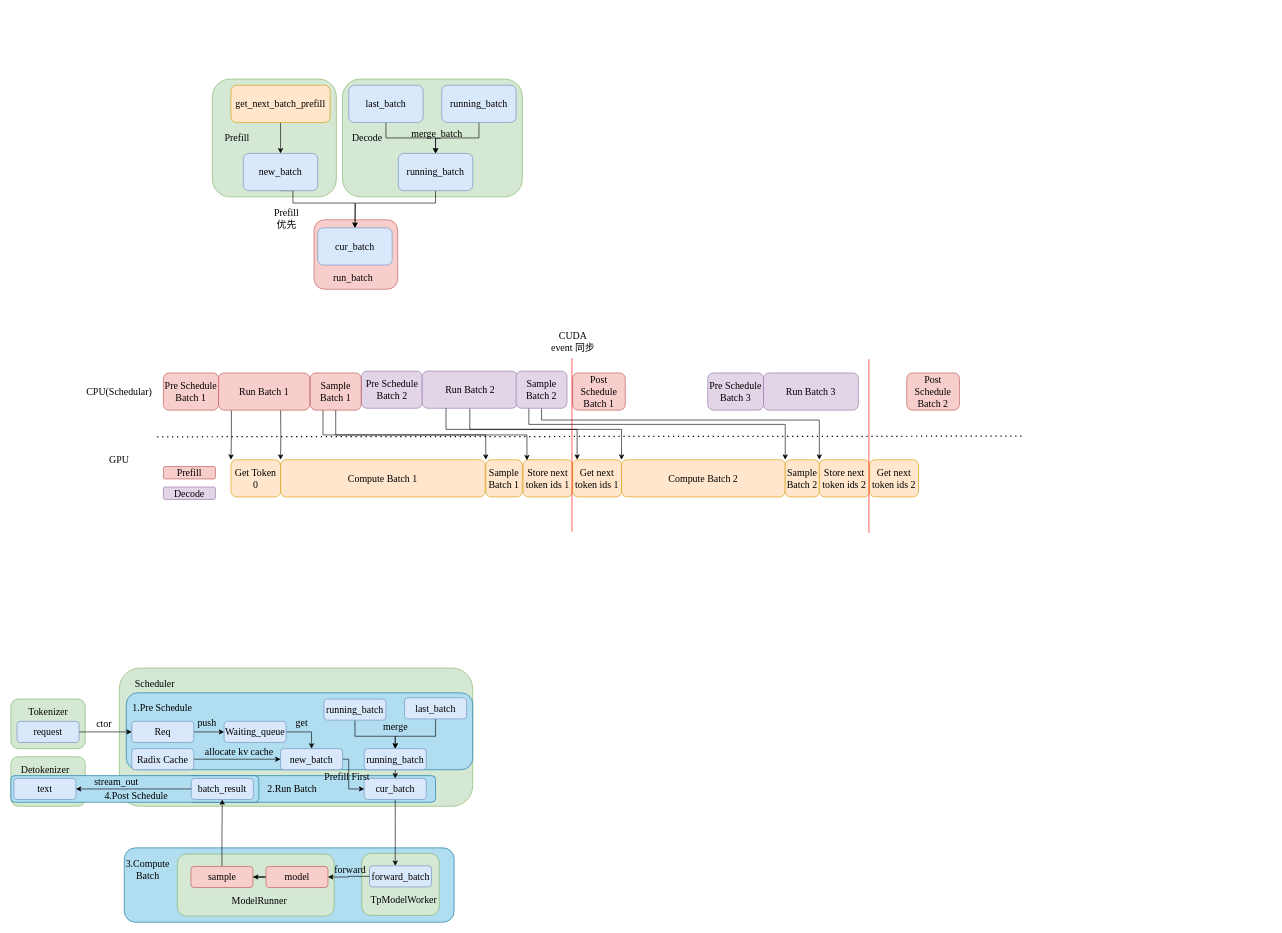
Before: docs/notes/sglang/sglang.drawio in tom-jerr/tom-jerr.github.io, a draw.io diagram. Source tidied: cells renumbered, new cells numbered last; positions are measured from the earlier drawing's top-left corner, leaving out a move shared by most shapes. Both pictures are drawn from the tidied source at 62%, with x=0, y=0 at pixel (11, 79).
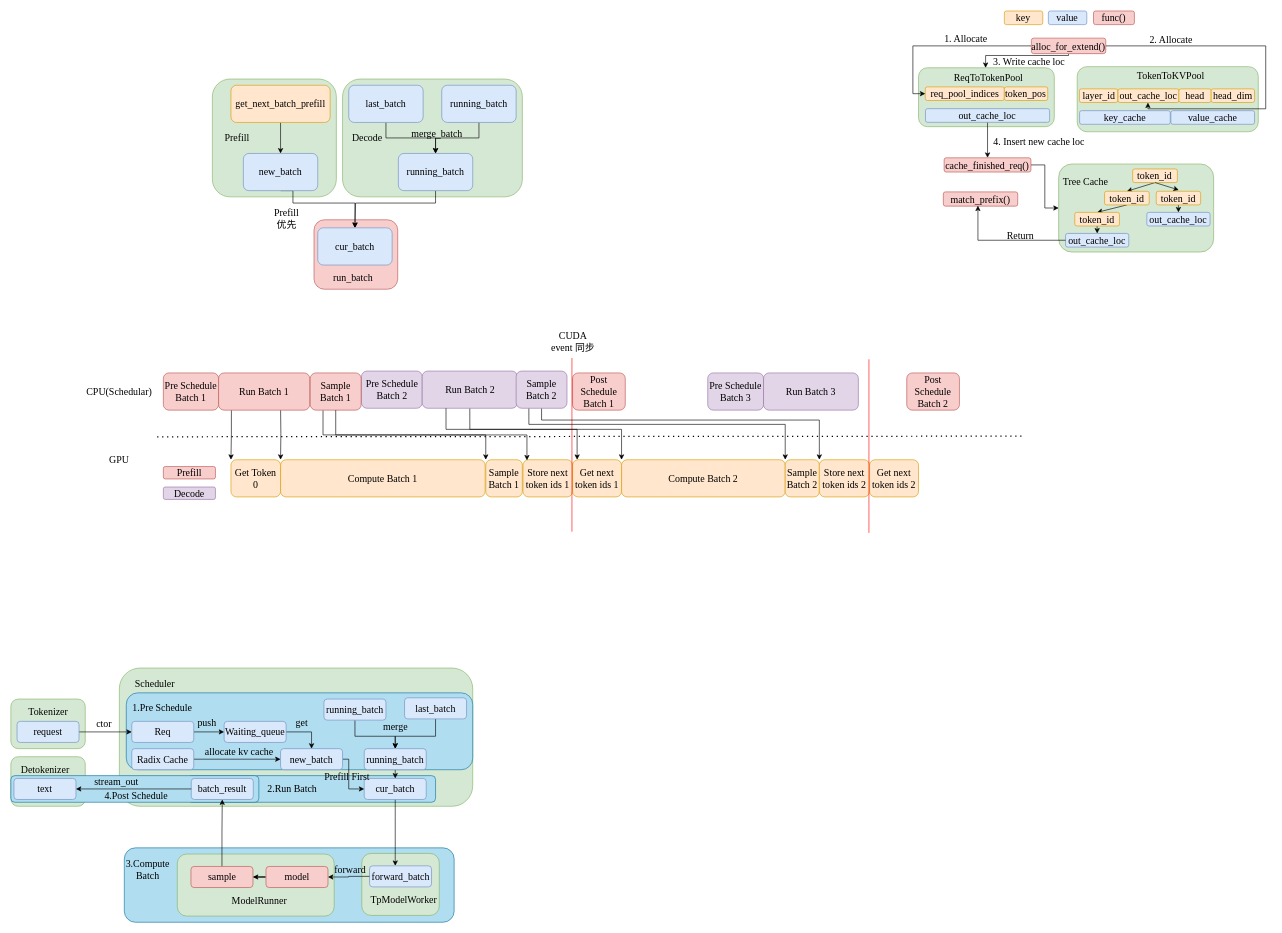
Above is the later version.

Change to the diagram source:
```diff
@@
+    <mxCell id="109" style="rounded=1;whiteSpace=wrap;html=1;fontFamily=Times New Roman;fontSize=16;fillColor=#d5e8d4;strokeColor=#82b366;" parent="1" vertex="1">
+      <mxGeometry x="1719.9" y="-20" width="292.1" height="105" as="geometry" />
+    </mxCell>
+    <mxCell id="110" value="layer_id" style="rounded=1;whiteSpace=wrap;html=1;fillColor=#ffe6cc;strokeColor=#d79b00;fontFamily=Times New Roman;fontSize=16;" parent="1" vertex="1">
+      <mxGeometry x="1723.5" y="15.8" width="62" height="22" as="geometry" />
+    </mxCell>
+    <mxCell id="111" value="TokenToKVPool" style="text;html=1;align=center;verticalAlign=middle;whiteSpace=wrap;rounded=0;fontFamily=Times New Roman;fontSize=16;" parent="1" vertex="1">
+      <mxGeometry x="1841" y="-20" width="60" height="30" as="geometry" />
+    </mxCell>
+    <mxCell id="112" style="edgeStyle=orthogonalEdgeStyle;rounded=0;orthogonalLoop=1;jettySize=auto;html=1;exitX=0.5;exitY=1;exitDx=0;exitDy=0;fontFamily=Times New Roman;fontSize=16;" parent="1" edge="1">
+      <mxGeometry relative="1" as="geometry">
+        <mxPoint x="1771" y="10" as="sourcePoint" />
+        <mxPoint x="1771" y="10" as="targetPoint" />
+      </mxGeometry>
+    </mxCell>
+    <mxCell id="113" value="out_cache_loc" style="rounded=1;whiteSpace=wrap;html=1;fillColor=#ffe6cc;strokeColor=#d79b00;fontFamily=Times New Roman;fontSize=16;" parent="1" vertex="1">
+      <mxGeometry x="1785.8" y="15.8" width="98.2" height="22" as="geometry" />
+    </mxCell>
+    <mxCell id="114" value="head" style="rounded=1;whiteSpace=wrap;html=1;fillColor=#ffe6cc;strokeColor=#d79b00;fontFamily=Times New Roman;fontSize=16;" parent="1" vertex="1">
+      <mxGeometry x="1884" y="15.8" width="52" height="22" as="geometry" />
+    </mxCell>
+    <mxCell id="115" value="head_dim" style="rounded=1;whiteSpace=wrap;html=1;fillColor=#ffe6cc;strokeColor=#d79b00;fontFamily=Times New Roman;fontSize=16;" parent="1" vertex="1">
+      <mxGeometry x="1936" y="15.8" width="70" height="22" as="geometry" />
+    </mxCell>
+    <mxCell id="116" value="key_cache" style="rounded=1;whiteSpace=wrap;html=1;fillColor=#dae8fc;strokeColor=#6c8ebf;fontFamily=Times New Roman;fontSize=16;" parent="1" vertex="1">
+      <mxGeometry x="1723.8" y="51" width="146.2" height="22" as="geometry" />
+    </mxCell>
+    <mxCell id="117" value="value_cache" style="rounded=1;whiteSpace=wrap;html=1;fillColor=#dae8fc;strokeColor=#6c8ebf;fontFamily=Times New Roman;fontSize=16;" parent="1" vertex="1">
+      <mxGeometry x="1871" y="51" width="135" height="22" as="geometry" />
+    </mxCell>
+    <mxCell id="118" style="rounded=1;whiteSpace=wrap;html=1;fontFamily=Times New Roman;fontSize=16;fillColor=#d5e8d4;strokeColor=#82b366;" parent="1" vertex="1">
+      <mxGeometry x="1464" y="-18.2" width="219" height="95" as="geometry" />
+    </mxCell>
+    <mxCell id="119" value="req_pool_indices" style="rounded=1;whiteSpace=wrap;html=1;fillColor=#ffe6cc;strokeColor=#d79b00;fontFamily=Times New Roman;fontSize=16;" parent="1" vertex="1">
+      <mxGeometry x="1474.9" y="12.6" width="127.5" height="22" as="geometry" />
+    </mxCell>
+    <mxCell id="120" value="ReqToTokenPool" style="text;html=1;align=center;verticalAlign=middle;whiteSpace=wrap;rounded=0;fontFamily=Times New Roman;fontSize=16;" parent="1" vertex="1">
+      <mxGeometry x="1547" y="-17.4" width="60" height="30" as="geometry" />
+    </mxCell>
+    <mxCell id="121" style="edgeStyle=orthogonalEdgeStyle;rounded=0;orthogonalLoop=1;jettySize=auto;html=1;exitX=0.5;exitY=1;exitDx=0;exitDy=0;fontFamily=Times New Roman;fontSize=16;" parent="1" edge="1">
+      <mxGeometry relative="1" as="geometry">
+        <mxPoint x="1522.4" y="6.8" as="sourcePoint" />
+        <mxPoint x="1522.4" y="6.8" as="targetPoint" />
+      </mxGeometry>
+    </mxCell>
+    <mxCell id="122" value="token_pos" style="rounded=1;whiteSpace=wrap;html=1;fillColor=#ffe6cc;strokeColor=#d79b00;fontFamily=Times New Roman;fontSize=16;" parent="1" vertex="1">
+      <mxGeometry x="1602.4" y="12.6" width="70" height="22" as="geometry" />
+    </mxCell>
+    <mxCell id="123" style="edgeStyle=orthogonalEdgeStyle;rounded=0;jettySize=auto;html=1;exitX=0.5;exitY=1;exitDx=0;exitDy=0;fontFamily=Times New Roman;fontSize=16;" parent="1" edge="1" source="124" target="149">
+      <mxGeometry relative="1" as="geometry" />
+    </mxCell>
+    <mxCell id="124" value="out_cache_loc" style="rounded=1;whiteSpace=wrap;html=1;fillColor=#dae8fc;strokeColor=#6c8ebf;fontFamily=Times New Roman;fontSize=16;" parent="1" vertex="1">
+      <mxGeometry x="1475.2" y="47.8" width="200.2" height="22" as="geometry" />
+    </mxCell>
+    <mxCell id="125" style="rounded=1;whiteSpace=wrap;html=1;fontFamily=Times New Roman;fontSize=16;fillColor=#d5e8d4;strokeColor=#82b366;" parent="1" vertex="1">
+      <mxGeometry x="1690" y="137" width="250" height="142" as="geometry" />
+    </mxCell>
+    <mxCell id="126" value="Tree Cache" style="text;html=1;align=center;verticalAlign=middle;whiteSpace=wrap;rounded=0;fontFamily=Times New Roman;fontSize=16;" parent="1" vertex="1">
+      <mxGeometry x="1696" y="151" width="75" height="30" as="geometry" />
+    </mxCell>
+    <mxCell id="127" style="rounded=0;jettySize=auto;html=1;exitX=0.5;exitY=1;exitDx=0;exitDy=0;entryX=0.5;entryY=0;entryDx=0;entryDy=0;fontFamily=Times New Roman;fontSize=16;" parent="1" edge="1" source="128" target="130">
+      <mxGeometry relative="1" as="geometry" />
+    </mxCell>
+    <mxCell id="128" value="token_id" style="rounded=1;whiteSpace=wrap;html=1;fillColor=#ffe6cc;strokeColor=#d79b00;fontFamily=Times New Roman;fontSize=16;" parent="1" vertex="1">
+      <mxGeometry x="1809.4" y="145" width="72.1" height="22" as="geometry" />
+    </mxCell>
+    <mxCell id="129" style="rounded=0;jettySize=auto;html=1;exitX=0.5;exitY=1;exitDx=0;exitDy=0;entryX=0.5;entryY=0;entryDx=0;entryDy=0;fontFamily=Times New Roman;fontSize=16;" parent="1" edge="1" source="130" target="134">
+      <mxGeometry relative="1" as="geometry" />
+    </mxCell>
+    <mxCell id="130" value="token_id" style="rounded=1;whiteSpace=wrap;html=1;fillColor=#ffe6cc;strokeColor=#d79b00;fontFamily=Times New Roman;fontSize=16;" parent="1" vertex="1">
+      <mxGeometry x="1764" y="181" width="72.1" height="22" as="geometry" />
+    </mxCell>
+    <mxCell id="131" style="edgeStyle=orthogonalEdgeStyle;rounded=0;jettySize=auto;html=1;exitX=0.5;exitY=1;exitDx=0;exitDy=0;entryX=0.5;entryY=0;entryDx=0;entryDy=0;fontFamily=Times New Roman;fontSize=16;" parent="1" edge="1" source="132" target="137">
+      <mxGeometry relative="1" as="geometry" />
+    </mxCell>
+    <mxCell id="132" value="token_id" style="rounded=1;whiteSpace=wrap;html=1;fillColor=#ffe6cc;strokeColor=#d79b00;fontFamily=Times New Roman;fontSize=16;" parent="1" vertex="1">
+      <mxGeometry x="1847.4" y="181" width="71.6" height="22" as="geometry" />
+    </mxCell>
+    <mxCell id="133" style="rounded=0;jettySize=auto;html=1;exitX=0.5;exitY=1;exitDx=0;exitDy=0;entryX=0;entryY=0;entryDx=0;entryDy=0;fontFamily=Times New Roman;fontSize=16;" parent="1" edge="1" source="134">
+      <mxGeometry relative="1" as="geometry">
+        <mxPoint x="1752.2" y="249" as="targetPoint" />
+      </mxGeometry>
+    </mxCell>
+    <mxCell id="134" value="token_id" style="rounded=1;whiteSpace=wrap;html=1;fillColor=#ffe6cc;strokeColor=#d79b00;fontFamily=Times New Roman;fontSize=16;" parent="1" vertex="1">
+      <mxGeometry x="1716" y="215" width="72.1" height="22" as="geometry" />
+    </mxCell>
+    <mxCell id="135" value="out_cache_loc" style="rounded=1;whiteSpace=wrap;html=1;fillColor=#dae8fc;strokeColor=#6c8ebf;fontFamily=Times New Roman;fontSize=16;" parent="1" vertex="1">
+      <mxGeometry x="1701.1" y="249" width="102" height="22" as="geometry" />
+    </mxCell>
+    <mxCell id="136" style="rounded=0;jettySize=auto;html=1;exitX=0.5;exitY=1;exitDx=0;exitDy=0;entryX=0.508;entryY=-0.095;entryDx=0;entryDy=0;entryPerimeter=0;fontFamily=Times New Roman;fontSize=16;" parent="1" edge="1" source="128" target="132">
+      <mxGeometry relative="1" as="geometry" />
+    </mxCell>
+    <mxCell id="137" value="out_cache_loc" style="rounded=1;whiteSpace=wrap;html=1;fillColor=#dae8fc;strokeColor=#6c8ebf;fontFamily=Times New Roman;fontSize=16;" parent="1" vertex="1">
+      <mxGeometry x="1832.2" y="215" width="102" height="22" as="geometry" />
+    </mxCell>
+    <mxCell id="138" value="&lt;span style=&quot;font-size: 16px;&quot;&gt;match_prefix()&lt;/span&gt;" style="rounded=1;whiteSpace=wrap;html=1;fillColor=#f8cecc;strokeColor=#b85450;fontFamily=Times New Roman;fontSize=16;" parent="1" vertex="1">
+      <mxGeometry x="1504" y="182" width="120" height="23" as="geometry" />
+    </mxCell>
+    <mxCell id="139" style="edgeStyle=orthogonalEdgeStyle;rounded=0;jettySize=auto;html=1;exitX=0;exitY=0.5;exitDx=0;exitDy=0;entryX=0.465;entryY=0.966;entryDx=0;entryDy=0;entryPerimeter=0;fontFamily=Times New Roman;fontSize=16;" parent="1" edge="1" source="135" target="138">
+      <mxGeometry relative="1" as="geometry" />
+    </mxCell>
+    <mxCell id="140" value="Return" style="text;html=1;align=center;verticalAlign=middle;strokeColor=none;fillColor=none;fontFamily=Times New Roman;fontSize=16;" parent="1" vertex="1">
+      <mxGeometry x="1597" y="237" width="62" height="31" as="geometry" />
+    </mxCell>
+    <mxCell id="141" style="edgeStyle=orthogonalEdgeStyle;rounded=0;jettySize=auto;html=1;exitX=0;exitY=0.5;exitDx=0;exitDy=0;entryX=0;entryY=0.5;entryDx=0;entryDy=0;fontFamily=Times New Roman;fontSize=16;" parent="1" edge="1" source="144" target="119">
+      <mxGeometry relative="1" as="geometry" />
+    </mxCell>
+    <mxCell id="142" style="edgeStyle=orthogonalEdgeStyle;rounded=0;jettySize=auto;html=1;exitX=1;exitY=0.5;exitDx=0;exitDy=0;fontFamily=Times New Roman;fontSize=16;" parent="1" edge="1" source="144">
+      <mxGeometry relative="1" as="geometry">
+        <mxPoint x="1834" y="38" as="targetPoint" />
+        <Array as="points">
+          <mxPoint x="2024" y="-53" />
+          <mxPoint x="2024" y="48" />
+          <mxPoint x="1834" y="48" />
+        </Array>
+      </mxGeometry>
+    </mxCell>
+    <mxCell id="143" style="edgeStyle=orthogonalEdgeStyle;rounded=0;jettySize=auto;html=1;exitX=0.5;exitY=1;exitDx=0;exitDy=0;entryX=0.494;entryY=0.001;entryDx=0;entryDy=0;entryPerimeter=0;fontFamily=Times New Roman;fontSize=16;" parent="1" edge="1" source="144" target="118">
+      <mxGeometry relative="1" as="geometry">
+        <Array as="points">
+          <mxPoint x="1706" y="-38" />
+          <mxPoint x="1572" y="-38" />
+        </Array>
+      </mxGeometry>
+    </mxCell>
+    <mxCell id="144" value="&lt;span style=&quot;font-size: 16px;&quot;&gt;alloc_for_extend()&lt;/span&gt;" style="rounded=1;whiteSpace=wrap;html=1;fillColor=#f8cecc;strokeColor=#b85450;fontFamily=Times New Roman;fontSize=16;" parent="1" vertex="1">
+      <mxGeometry x="1646" y="-66" width="120" height="25" as="geometry" />
+    </mxCell>
+    <mxCell id="145" value="1. Allocate" style="text;html=1;align=center;verticalAlign=middle;strokeColor=none;fillColor=none;fontFamily=Times New Roman;fontSize=16;" parent="1" vertex="1">
+      <mxGeometry x="1496" y="-82" width="87" height="31" as="geometry" />
+    </mxCell>
+    <mxCell id="146" value="2. Allocate" style="text;html=1;align=center;verticalAlign=middle;strokeColor=none;fillColor=none;fontFamily=Times New Roman;fontSize=16;" parent="1" vertex="1">
+      <mxGeometry x="1827" y="-80" width="87" height="31" as="geometry" />
+    </mxCell>
+    <mxCell id="147" value="3. Write cache loc" style="text;html=1;align=center;verticalAlign=middle;strokeColor=none;fillColor=none;fontFamily=Times New Roman;fontSize=16;" parent="1" vertex="1">
+      <mxGeometry x="1575" y="-44" width="133" height="31" as="geometry" />
+    </mxCell>
+    <mxCell id="148" style="edgeStyle=orthogonalEdgeStyle;rounded=0;jettySize=auto;html=1;exitX=1;exitY=0.5;exitDx=0;exitDy=0;entryX=0;entryY=0.5;entryDx=0;entryDy=0;fontFamily=Times New Roman;fontSize=16;" parent="1" edge="1" source="149" target="125">
+      <mxGeometry relative="1" as="geometry" />
+    </mxCell>
+    <mxCell id="149" value="&lt;span style=&quot;font-size: 16px;&quot;&gt;cache_finished_req()&lt;/span&gt;" style="rounded=1;whiteSpace=wrap;html=1;fillColor=#f8cecc;strokeColor=#b85450;fontFamily=Times New Roman;fontSize=16;" parent="1" vertex="1">
+      <mxGeometry x="1505.3" y="127" width="140" height="23" as="geometry" />
+    </mxCell>
+    <mxCell id="150" value="4. Insert new cache loc" style="text;html=1;align=center;verticalAlign=middle;strokeColor=none;fillColor=none;fontFamily=Times New Roman;fontSize=16;" parent="1" vertex="1">
+      <mxGeometry x="1575" y="85" width="165" height="31" as="geometry" />
+    </mxCell>
+    <mxCell id="151" value="key" style="rounded=1;whiteSpace=wrap;html=1;fillColor=#ffe6cc;strokeColor=#d79b00;fontFamily=Times New Roman;fontSize=16;" parent="1" vertex="1">
+      <mxGeometry x="1602.4" y="-109.8" width="62" height="22" as="geometry" />
+    </mxCell>
+    <mxCell id="152" value="value" style="rounded=1;whiteSpace=wrap;html=1;fillColor=#dae8fc;strokeColor=#6c8ebf;fontFamily=Times New Roman;fontSize=16;" parent="1" vertex="1">
+      <mxGeometry x="1673.4" y="-109.8" width="62" height="22" as="geometry" />
+    </mxCell>
+    <mxCell id="153" style="edgeStyle=orthogonalEdgeStyle;rounded=0;orthogonalLoop=1;jettySize=auto;html=1;exitX=0.5;exitY=1;exitDx=0;exitDy=0;fontFamily=Times New Roman;fontSize=16;" parent="1" edge="1">
+      <mxGeometry relative="1" as="geometry">
+        <mxPoint x="1664.5" y="-66.8" as="sourcePoint" />
+        <mxPoint x="1664.5" y="-66.8" as="targetPoint" />
+      </mxGeometry>
+    </mxCell>
+    <mxCell id="154" value="&lt;span style=&quot;font-size: 16px;&quot;&gt;func()&lt;/span&gt;" style="rounded=1;whiteSpace=wrap;html=1;fillColor=#f8cecc;strokeColor=#b85450;fontFamily=Times New Roman;fontSize=16;" parent="1" vertex="1">
+      <mxGeometry x="1746.2" y="-109.8" width="66" height="22" as="geometry" />
+    </mxCell>
```
